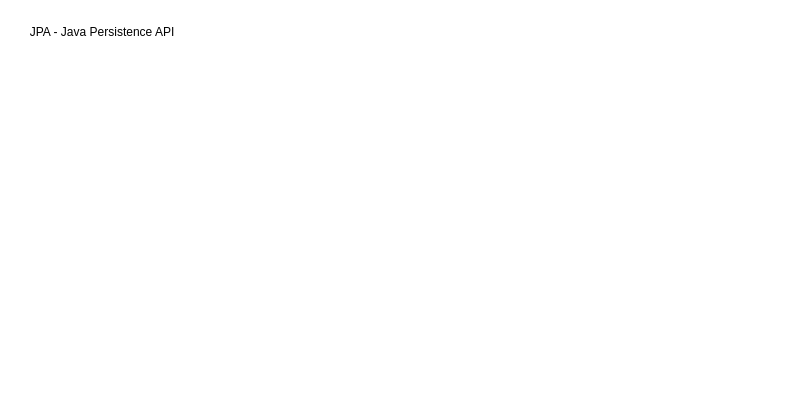
haoboliu66/Diagram keeps this draw.io diagram as MySQL.drawio. Above is the earlier version. Source tidied: cells renumbered, new cells numbered last; positions are measured from the earlier drawing's top-left corner, leaving out a move shared by most shapes. Both pictures are drawn from the tidied source at 100%, with x=0, y=0 at pixel (17, 17).
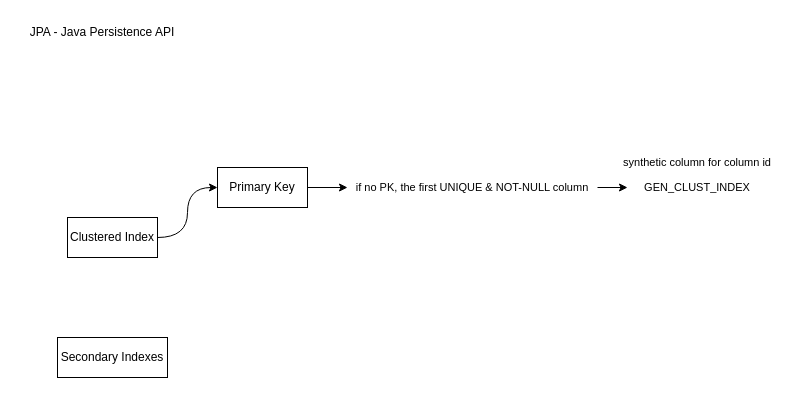
The same page after the edit.

Diff of the diagram source:
```diff
@@
 <mxGraphModel>
   <root>
     <mxCell id="0" />
     <mxCell id="1" parent="0" />
     <mxCell id="2" value="JPA - Java Persistence API" style="text;html=1;align=center;verticalAlign=middle;whiteSpace=wrap;rounded=0;" parent="1" vertex="1">
       <mxGeometry width="170" height="30" as="geometry" />
     </mxCell>
+    <mxCell id="3" style="edgeStyle=orthogonalEdgeStyle;rounded=0;jettySize=auto;html=1;entryX=0;entryY=0.5;entryDx=0;entryDy=0;curved=1;" parent="1" edge="1" source="4" target="6">
+      <mxGeometry relative="1" as="geometry" />
+    </mxCell>
+    <mxCell id="4" value="Clustered Index" style="rounded=0;whiteSpace=wrap;html=1;" parent="1" vertex="1">
+      <mxGeometry x="50" y="200" width="90" height="40" as="geometry" />
+    </mxCell>
+    <mxCell id="5" style="edgeStyle=orthogonalEdgeStyle;rounded=0;jettySize=auto;html=1;strokeColor=default;align=center;verticalAlign=middle;fontFamily=Helvetica;fontSize=11;fontColor=default;labelBackgroundColor=default;endArrow=classic;" parent="1" edge="1" source="6" target="8">
+      <mxGeometry relative="1" as="geometry" />
+    </mxCell>
+    <mxCell id="6" value="Primary Key" style="rounded=0;whiteSpace=wrap;html=1;" parent="1" vertex="1">
+      <mxGeometry x="200" y="150" width="90" height="40" as="geometry" />
+    </mxCell>
+    <mxCell id="7" style="edgeStyle=orthogonalEdgeStyle;rounded=0;jettySize=auto;html=1;strokeColor=default;align=center;verticalAlign=middle;fontFamily=Helvetica;fontSize=11;fontColor=default;labelBackgroundColor=default;endArrow=classic;" parent="1" edge="1" source="8" target="9">
+      <mxGeometry relative="1" as="geometry" />
+    </mxCell>
+    <mxCell id="8" value="if no PK, the first UNIQUE &amp;amp; NOT-NULL column" style="text;html=1;align=center;verticalAlign=middle;whiteSpace=wrap;rounded=0;fontFamily=Helvetica;fontSize=11;fontColor=default;labelBackgroundColor=default;" parent="1" vertex="1">
+      <mxGeometry x="330" y="157.5" width="250" height="25" as="geometry" />
+    </mxCell>
+    <mxCell id="9" value="GEN_CLUST_INDEX" style="text;html=1;align=center;verticalAlign=middle;whiteSpace=wrap;rounded=0;fontFamily=Helvetica;fontSize=11;fontColor=default;labelBackgroundColor=default;" parent="1" vertex="1">
+      <mxGeometry x="610" y="157.5" width="140" height="25" as="geometry" />
+    </mxCell>
+    <mxCell id="10" value="synthetic column for column id" style="text;html=1;align=center;verticalAlign=middle;whiteSpace=wrap;rounded=0;fontFamily=Helvetica;fontSize=11;fontColor=default;labelBackgroundColor=default;" parent="1" vertex="1">
+      <mxGeometry x="600" y="132.5" width="160" height="25" as="geometry" />
+    </mxCell>
+    <mxCell id="11" value="Secondary Indexes" style="rounded=0;whiteSpace=wrap;html=1;" parent="1" vertex="1">
+      <mxGeometry x="40" y="320" width="110" height="40" as="geometry" />
+    </mxCell>
   </root>
 </mxGraphModel>
```
